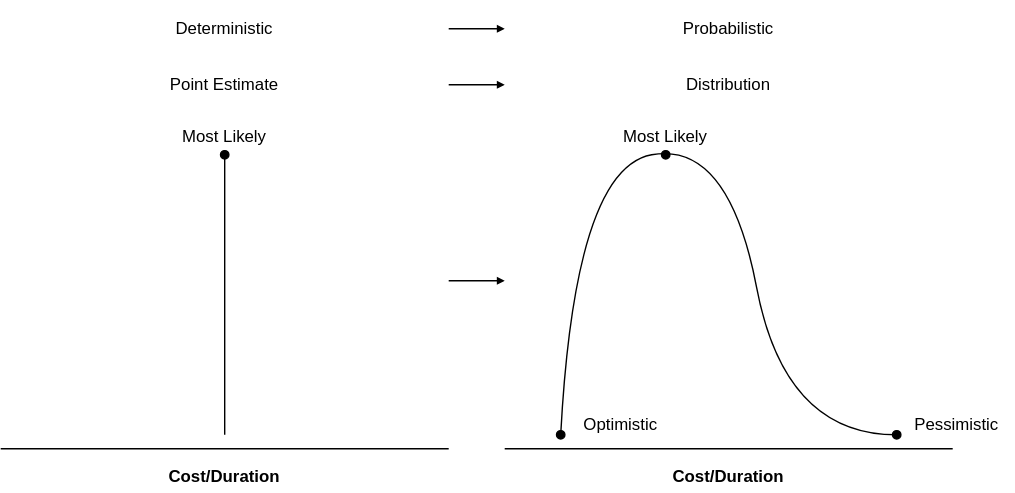
Earlier version of the draw.io export book/images/jcsrua/PE_to_distribution.svg (PM-League/PM-League.github.io). Source tidied: cells renumbered, new cells last; positions are measured from the earlier drawing's top-left corner, leaving out a move shared by most shapes. The source it was exported from:
```xml
<mxGraphModel background="#ffffff">
  <root>
    <mxCell id="0" />
    <mxCell id="1" parent="0" />
    <mxCell id="2" style="endArrow=none;html=1;" parent="1" edge="1">
      <mxGeometry relative="1" as="geometry">
        <mxPoint y="320" as="sourcePoint" />
        <mxPoint x="320" y="320" as="targetPoint" />
      </mxGeometry>
    </mxCell>
    <mxCell id="3" style="endArrow=none;html=1;" parent="1" edge="1">
      <mxGeometry relative="1" as="geometry">
        <mxPoint x="360" y="320" as="sourcePoint" />
        <mxPoint x="680" y="320" as="targetPoint" />
      </mxGeometry>
    </mxCell>
    <mxCell id="4" style="endArrow=oval;html=1;endFill=1;" parent="1" edge="1">
      <mxGeometry relative="1" as="geometry">
        <mxPoint x="160" y="310" as="sourcePoint" />
        <mxPoint x="160" y="110" as="targetPoint" />
      </mxGeometry>
    </mxCell>
    <mxCell id="5" style="endArrow=none;html=1;curved=1;" parent="1" edge="1">
      <mxGeometry relative="1" as="geometry">
        <mxPoint x="400" y="310" as="sourcePoint" />
        <mxPoint x="640" y="310" as="targetPoint" />
        <Array as="points">
          <mxPoint x="410" y="120" />
          <mxPoint x="520" y="100" />
          <mxPoint x="560" y="310" />
        </Array>
      </mxGeometry>
    </mxCell>
    <mxCell id="6" style="ellipse;whiteSpace=wrap;html=1;fillColor=#000000;" parent="1" vertex="1">
      <mxGeometry x="472" y="107" width="6" height="6" as="geometry" />
    </mxCell>
    <mxCell id="7" style="edgeStyle=none;curved=1;html=1;exitX=1;exitY=0.5;exitDx=0;exitDy=0;entryX=0;entryY=0.5;entryDx=0;entryDy=0;endArrow=block;endFill=1;startSize=3;endSize=3;" parent="1" edge="1" source="8" target="9">
      <mxGeometry relative="1" as="geometry" />
    </mxCell>
    <mxCell id="8" value="Deterministic" style="rounded=0;whiteSpace=wrap;html=1;fillColor=none;strokeColor=none;" parent="1" vertex="1">
      <mxGeometry width="320" height="40" as="geometry" />
    </mxCell>
    <mxCell id="9" value="Probabilistic" style="rounded=0;whiteSpace=wrap;html=1;fillColor=none;strokeColor=none;" parent="1" vertex="1">
      <mxGeometry x="360" width="320" height="40" as="geometry" />
    </mxCell>
    <mxCell id="10" style="edgeStyle=none;curved=1;html=1;exitX=1;exitY=0.5;exitDx=0;exitDy=0;entryX=0;entryY=0.5;entryDx=0;entryDy=0;endArrow=block;endFill=1;startSize=3;endSize=3;" parent="1" edge="1" source="11" target="12">
      <mxGeometry relative="1" as="geometry" />
    </mxCell>
    <mxCell id="11" value="Point Estimate" style="rounded=0;whiteSpace=wrap;html=1;fillColor=none;strokeColor=none;" parent="1" vertex="1">
      <mxGeometry y="40" width="320" height="40" as="geometry" />
    </mxCell>
    <mxCell id="12" value="Distribution" style="rounded=0;whiteSpace=wrap;html=1;fillColor=none;strokeColor=none;" parent="1" vertex="1">
      <mxGeometry x="360" y="40" width="320" height="40" as="geometry" />
    </mxCell>
    <mxCell id="13" style="edgeStyle=none;curved=1;html=1;exitX=1;exitY=0.5;exitDx=0;exitDy=0;entryX=0;entryY=0.5;entryDx=0;entryDy=0;endArrow=block;endFill=1;startSize=3;endSize=3;" parent="1" edge="1">
      <mxGeometry relative="1" as="geometry">
        <mxPoint x="320" y="200" as="sourcePoint" />
        <mxPoint x="360" y="200" as="targetPoint" />
      </mxGeometry>
    </mxCell>
    <mxCell id="14" style="ellipse;whiteSpace=wrap;html=1;fillColor=#000000;" parent="1" vertex="1">
      <mxGeometry x="397" y="307" width="6" height="6" as="geometry" />
    </mxCell>
    <mxCell id="15" style="ellipse;whiteSpace=wrap;html=1;fillColor=#000000;" parent="1" vertex="1">
      <mxGeometry x="637" y="307" width="6" height="6" as="geometry" />
    </mxCell>
    <mxCell id="16" value="Optimistic" style="rounded=0;whiteSpace=wrap;html=1;fillColor=none;strokeColor=none;" parent="1" vertex="1">
      <mxGeometry x="403" y="293" width="80" height="20" as="geometry" />
    </mxCell>
    <mxCell id="17" value="Pessimistic" style="rounded=0;whiteSpace=wrap;html=1;fillColor=none;strokeColor=none;" parent="1" vertex="1">
      <mxGeometry x="643" y="293" width="80" height="20" as="geometry" />
    </mxCell>
    <mxCell id="18" value="Most Likely" style="rounded=0;whiteSpace=wrap;html=1;fillColor=none;strokeColor=none;" parent="1" vertex="1">
      <mxGeometry x="120" y="87" width="80" height="20" as="geometry" />
    </mxCell>
    <mxCell id="19" value="Most Likely" style="rounded=0;whiteSpace=wrap;html=1;fillColor=none;strokeColor=none;" parent="1" vertex="1">
      <mxGeometry x="435" y="87" width="80" height="20" as="geometry" />
    </mxCell>
    <mxCell id="20" value="Cost/Duration" style="rounded=0;whiteSpace=wrap;html=1;fillColor=none;strokeColor=none;fontStyle=1;" parent="1" vertex="1">
      <mxGeometry x="120" y="330" width="80" height="20" as="geometry" />
    </mxCell>
    <mxCell id="21" value="Cost/Duration" style="rounded=0;whiteSpace=wrap;html=1;fillColor=none;strokeColor=none;fontStyle=1;" parent="1" vertex="1">
      <mxGeometry x="480" y="330" width="80" height="20" as="geometry" />
    </mxCell>
  </root>
</mxGraphModel>
```
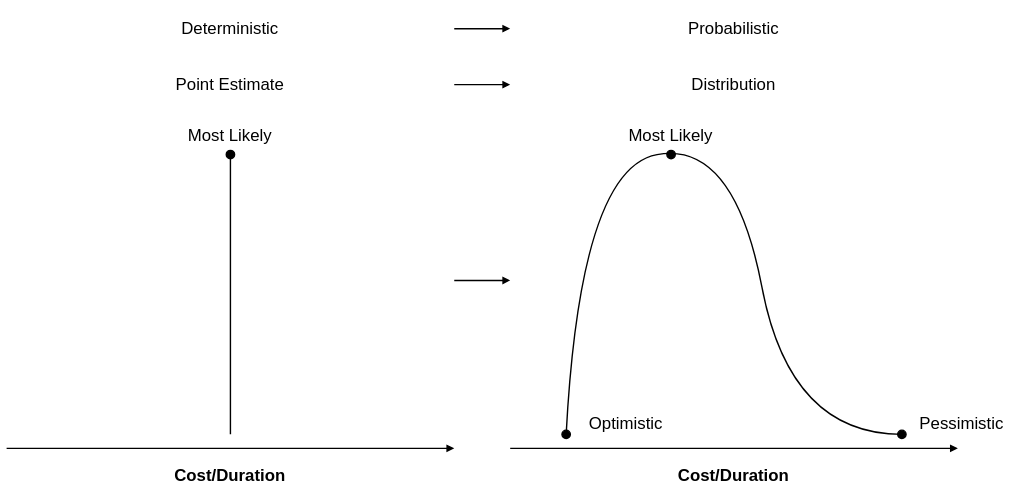
Above is the later version.

What changed in the source:
```diff
@@ -2,13 +2,13 @@
   <root>
     <mxCell id="0" />
     <mxCell id="1" parent="0" />
-    <mxCell id="2" style="endArrow=none;html=1;" parent="1" edge="1">
+    <mxCell id="2" style="endArrow=block;html=1;endFill=1;startSize=3;endSize=3;" parent="1" edge="1">
       <mxGeometry relative="1" as="geometry">
         <mxPoint y="320" as="sourcePoint" />
         <mxPoint x="320" y="320" as="targetPoint" />
       </mxGeometry>
     </mxCell>
-    <mxCell id="3" style="endArrow=none;html=1;" parent="1" edge="1">
+    <mxCell id="3" style="endArrow=block;html=1;startSize=3;endSize=3;endFill=1;" parent="1" edge="1">
       <mxGeometry relative="1" as="geometry">
         <mxPoint x="360" y="320" as="sourcePoint" />
         <mxPoint x="680" y="320" as="targetPoint" />
```
